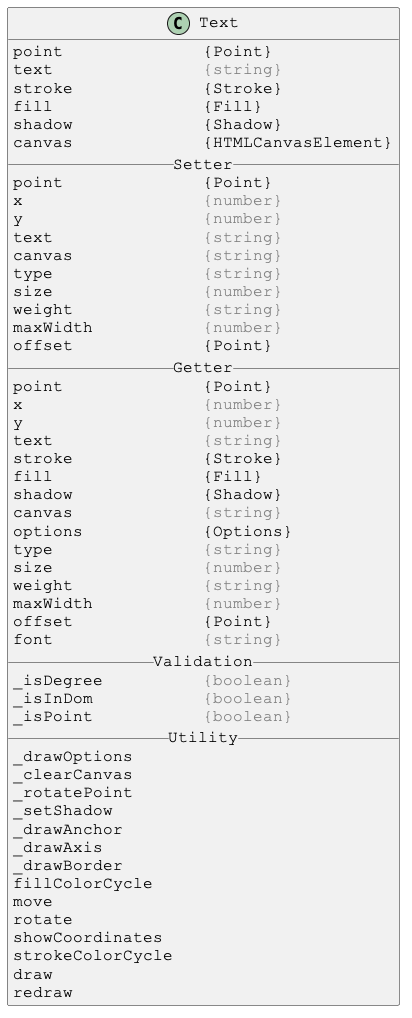
Above: docs/PlantUml/images/Text.png in Justin-Byrne/canvasLab (PlantUML), before the change. The source it was exported from:
```plantuml
@startuml

skinparam DefaultFontSize 16
skinparam DefaultFontName Courier New

class Text {
point              {Point}
text               <color:gray>{string}</color>
stroke             {Stroke}
fill               {Fill}
shadow             {Shadow}
canvas             {HTMLCanvasElement}
__ Setter __
point              {Point}
x                  <color:gray>{number}</color>
y                  <color:gray>{number}</color>
text               <color:gray>{string}</color>
canvas             <color:gray>{string}</color>
type               <color:gray>{string}</color>
size               <color:gray>{number}</color>
weight             <color:gray>{string}</color>
maxWidth           <color:gray>{number}</color>
offset             {Point}
__ Getter __
point              {Point}
x                  <color:gray>{number}</color>
y                  <color:gray>{number}</color>
text               <color:gray>{string}</color>
stroke             {Stroke}
fill               {Fill}
shadow             {Shadow}
canvas             <color:gray>{string}</color>
options            {Options}
type               <color:gray>{string}</color>
size               <color:gray>{number}</color>
weight             <color:gray>{string}</color>
maxWidth           <color:gray>{number}</color>
offset             {Point}
font               <color:gray>{string}</color>
__ Validation __
_isDegree          <color:gray>{boolean}</color>
_isInDom           <color:gray>{boolean}</color>
_isPoint           <color:gray>{boolean}</color>
__ Utility __
_drawOptions
_clearCanvas
_rotatePoint
_setShadow
_drawAnchor
_drawAxis
_drawBorder
fillColorCycle
move
rotate
showCoordinates
strokeColorCycle
draw
redraw
}

@enduml
```
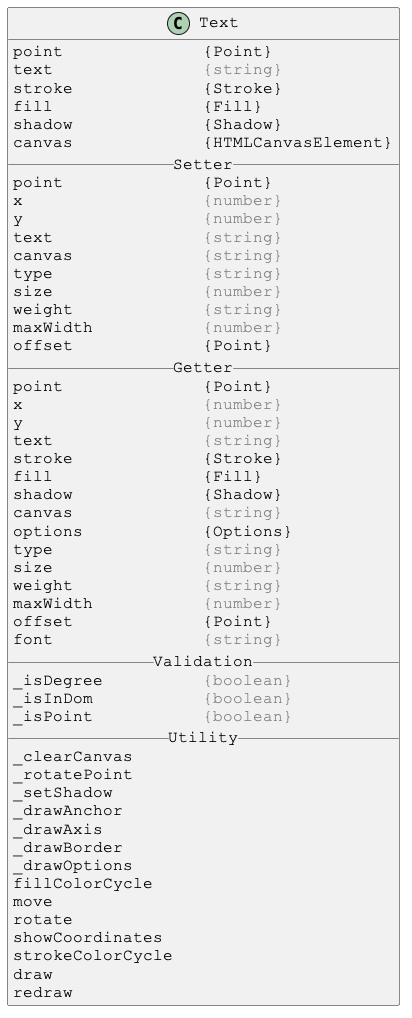
After the change.

Diff of the diagram source:
```diff
@@ -42,13 +42,13 @@
 _isInDom           <color:gray>{boolean}</color>
 _isPoint           <color:gray>{boolean}</color>
 __ Utility __
-_drawOptions
 _clearCanvas
 _rotatePoint
 _setShadow
 _drawAnchor
 _drawAxis
 _drawBorder
+_drawOptions
 fillColorCycle
 move
 rotate
```
